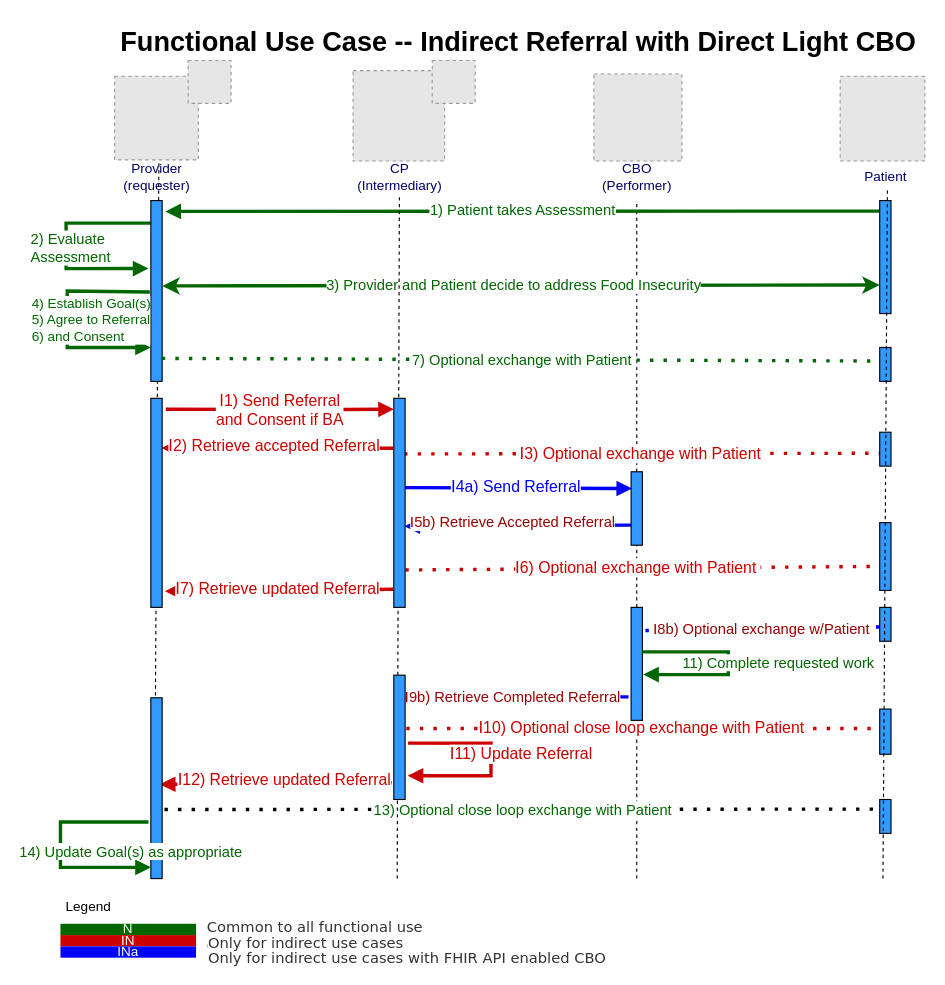
Before: page "Msg DME w Int" (1 of 7) of Images Source/FunctionalUseCaseFlowIndirectDirectLightReferral3.drawio in HL7/fhir-sdoh-clinicalcare, a draw.io diagram. Source tidied: cells renumbered, new cells numbered last; positions are measured from the earlier drawing's top-left corner, leaving out a move shared by most shapes. Both pictures are drawn from the tidied source at 113%, with x=0, y=0 at pixel (54, 19). Pictures stored in the file or linked from it are replaced by grey dashed boxes.
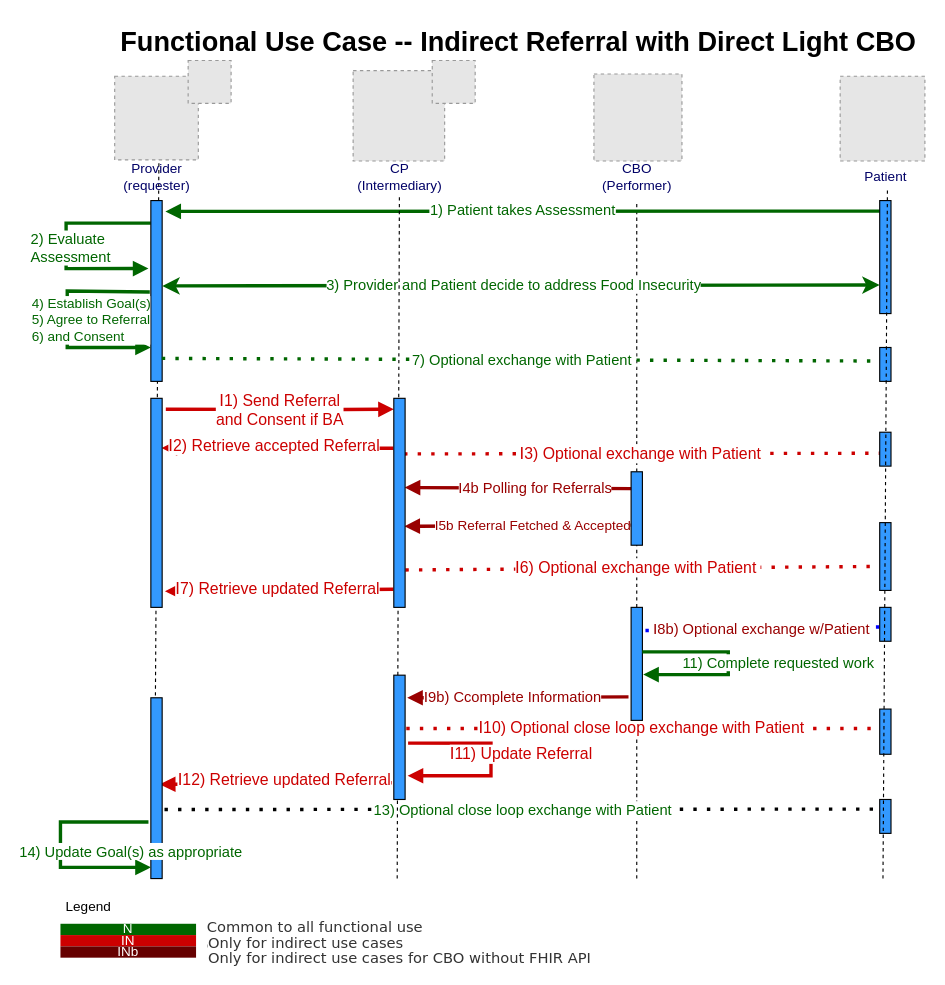
After the change.

Commit message (it also covers changes not shown here):
fix indirect direct light

Unchanged cells that the change refers to:
```xml
<mxCell id="35" style="html=1;points=[];perimeter=orthogonalPerimeter;fillColor=#3399FF;" parent="1" vertex="1">
  <mxGeometry x="510" y="400" width="10" height="65" as="geometry" />
</mxCell>
<mxCell id="36" style="html=1;points=[];perimeter=orthogonalPerimeter;fillColor=#3399FF;" parent="1" vertex="1">
  <mxGeometry x="510" y="520" width="10" height="100" as="geometry" />
</mxCell>
<mxCell id="49" style="html=1;points=[];perimeter=orthogonalPerimeter;strokeColor=#000000;fillColor=#3399FF;" parent="1" vertex="1">
  <mxGeometry x="300" y="335" width="10" height="185" as="geometry" />
</mxCell>
<mxCell id="50" style="html=1;points=[];perimeter=orthogonalPerimeter;strokeColor=#000000;fillColor=#3399FF;" parent="1" vertex="1">
  <mxGeometry x="300" y="580" width="10" height="110" as="geometry" />
</mxCell>
```

The edit, as a diff of the source:
```diff
@@
-    <mxCell id="15" value="&lt;span style=&quot;font-size: 14px;&quot;&gt;&lt;font face=&quot;Verdana&quot; style=&quot;font-size: 14px;&quot;&gt;I&lt;/font&gt;4a) Send Referral&lt;br style=&quot;font-size: 14px;&quot;&gt;&lt;/span&gt;" style="html=1;verticalAlign=bottom;endArrow=block;strokeColor=#0000FF;fontColor=#0000FF;entryX=0.086;entryY=0.229;entryDx=0;entryDy=0;entryPerimeter=0;exitX=0.965;exitY=0.427;exitDx=0;exitDy=0;exitPerimeter=0;fontSize=14;strokeWidth=3;" parent="1" edge="1" source="49" target="35">
-      <mxGeometry x="-0.03" y="-10" relative="1" as="geometry" />
+    <mxCell id="15" value="&lt;span style=&quot;font-size: 14px;&quot;&gt;&lt;br style=&quot;font-size: 14px;&quot;&gt;&lt;/span&gt;" style="html=1;verticalAlign=bottom;endArrow=block;strokeColor=#990000;fontColor=#990000;entryX=0.965;entryY=0.427;entryDx=0;entryDy=0;entryPerimeter=0;exitX=0.086;exitY=0.229;exitDx=0;exitDy=0;exitPerimeter=0;fontSize=14;strokeWidth=3;" parent="1" edge="1" source="35" target="49">
+      <mxGeometry x="0.14" y="-270" relative="1" as="geometry" />
     </mxCell>
+    <mxCell id="59" value="I4b Polling for Referrals" style="edgeLabel;html=1;align=center;verticalAlign=middle;fontSize=13;fontColor=#990000;" parent="15" vertex="1">
+      <mxGeometry x="-0.15" y="-1" relative="1" as="geometry" />
+    </mxCell>
-    <mxCell id="16" value="&lt;span style=&quot;font-size: 13px;&quot;&gt;&lt;font face=&quot;Verdana&quot; style=&quot;font-size: 13px;&quot;&gt;I&lt;/font&gt;5b) Retrieve Accepted Referral&lt;/span&gt;" style="html=1;verticalAlign=bottom;endArrow=block;strokeColor=#0000FF;fontColor=#990000;exitX=0.047;exitY=0.727;exitDx=0;exitDy=0;exitPerimeter=0;entryX=0.938;entryY=0.612;entryDx=0;entryDy=0;entryPerimeter=0;fontSize=13;strokeWidth=3;" parent="1" edge="1" source="35" target="49">
+    <mxCell id="16" style="html=1;verticalAlign=bottom;endArrow=block;strokeColor=#990000;fontColor=#990000;exitX=0.047;exitY=0.727;exitDx=0;exitDy=0;exitPerimeter=0;entryX=0.938;entryY=0.612;entryDx=0;entryDy=0;entryPerimeter=0;fontSize=13;strokeWidth=3;" parent="1" edge="1" source="35" target="49">
       <mxGeometry x="0.05" y="7" relative="1" as="geometry" />
     </mxCell>
+    <mxCell id="60" value="I5b Referral Fetched &amp;amp; Accepted" style="edgeLabel;html=1;align=center;verticalAlign=middle;fontSize=12;fontColor=#990000;" parent="16" vertex="1">
+      <mxGeometry x="-0.12" relative="1" as="geometry" />
+    </mxCell>
@@
-    <mxCell id="18" value="&lt;font style=&quot;font-size: 13px;&quot;&gt;&lt;font face=&quot;Verdana&quot; style=&quot;font-size: 13px;&quot;&gt;I&lt;/font&gt;9b) Retrieve Completed Referral&lt;/font&gt;" style="html=1;verticalAlign=bottom;endArrow=block;startArrow=none;fontColor=#990000;strokeColor=#0000FF;entryX=1.185;entryY=0.182;entryDx=0;entryDy=0;entryPerimeter=0;exitX=-0.229;exitY=0.792;exitDx=0;exitDy=0;exitPerimeter=0;fontSize=13;strokeWidth=3;" parent="1" edge="1" source="36" target="50">
+    <mxCell id="18" value="&lt;font style=&quot;font-size: 13px;&quot;&gt;&lt;font face=&quot;Verdana&quot; style=&quot;font-size: 13px;&quot;&gt;I&lt;/font&gt;9b) Ccomplete Information&lt;/font&gt;" style="html=1;verticalAlign=bottom;endArrow=block;startArrow=none;fontColor=#990000;strokeColor=#990000;entryX=1.185;entryY=0.182;entryDx=0;entryDy=0;entryPerimeter=0;exitX=-0.229;exitY=0.792;exitDx=0;exitDy=0;exitPerimeter=0;fontSize=13;strokeWidth=3;" parent="1" edge="1" source="36" target="50">
       <mxGeometry x="0.05" y="10" relative="1" as="geometry" />
     </mxCell>
@@
-    <mxCell id="26" value="&lt;span style=&quot;font-size: 9pt; line-height: 115%;&quot; lang=&quot;EN&quot;&gt;INa&lt;/span&gt;" style="rounded=0;whiteSpace=wrap;html=1;strokeColor=#66000;fillColor=#0000FF;fontColor=#FFFFFF;" parent="1" vertex="1">
+    <mxCell id="26" value="&lt;span style=&quot;font-size: 9pt; line-height: 115%;&quot; lang=&quot;EN&quot;&gt;INb&lt;/span&gt;" style="rounded=0;whiteSpace=wrap;html=1;strokeColor=#66000;fillColor=#660000;fontColor=#FFFFFF;" parent="1" vertex="1">
       <mxGeometry x="5" y="820" width="120" height="10" as="geometry" />
     </mxCell>
@@
-    <mxCell id="29" value="&lt;span style=&quot;color: rgb(51, 51, 51); font-family: verdana; font-size: 13px; background-color: rgb(255, 255, 255);&quot;&gt;Only for indirect use cases with FHIR API enabled CBO&lt;/span&gt;" style="text;html=1;strokeColor=none;fillColor=none;align=left;verticalAlign=middle;whiteSpace=wrap;rounded=0;fontSize=13;spacing=2;" parent="1" vertex="1">
+    <mxCell id="29" value="&lt;span style=&quot;color: rgb(51, 51, 51); font-family: verdana; font-size: 13px; background-color: rgb(255, 255, 255);&quot;&gt;Only for indirect use cases for CBO without FHIR API&lt;/span&gt;" style="text;html=1;strokeColor=none;fillColor=none;align=left;verticalAlign=middle;whiteSpace=wrap;rounded=0;fontSize=13;spacing=2;" parent="1" vertex="1">
       <mxGeometry x="134" y="825" width="380" height="10" as="geometry" />
     </mxCell>
```
